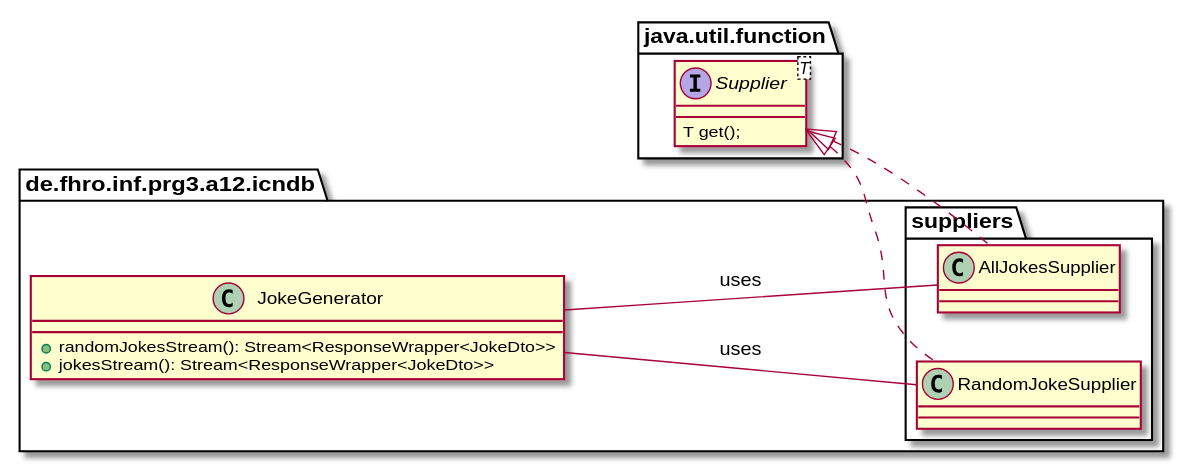
Earlier version of the PlantUML export assets/images/GeneratorSpec.svg (studlinnth6233/12-functional-cli).
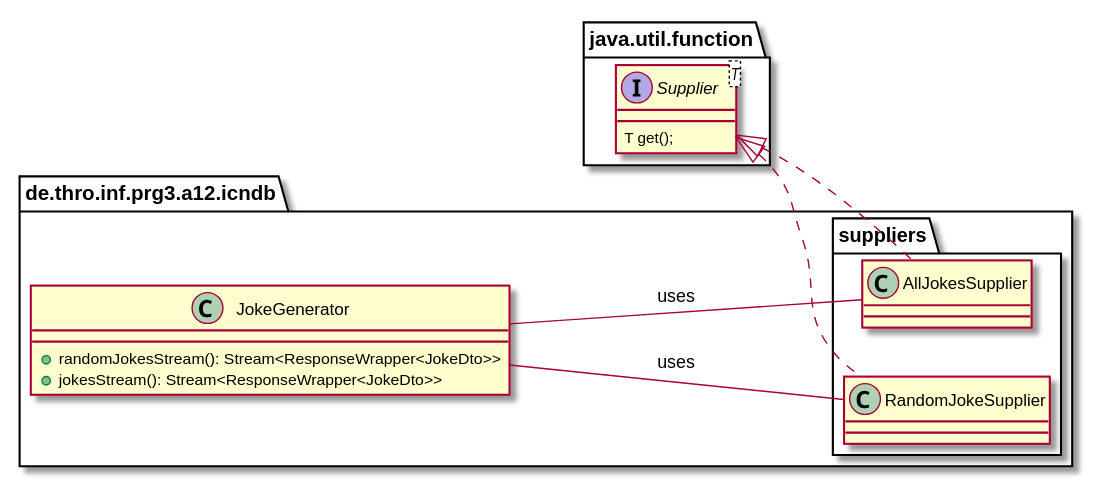
After the change.

Commit message:
Updated UML spec

Change to the diagram source:
```diff
@@ -6,7 +6,7 @@
     }
 }
 
-package de.fhro.inf.prg3.a12.icndb {
+package de.thro.inf.prg3.a12.icndb {
     class JokeGenerator {
         +randomJokesStream(): Stream<ResponseWrapper<JokeDto>>
         +jokesStream(): Stream<ResponseWrapper<JokeDto>>
```
